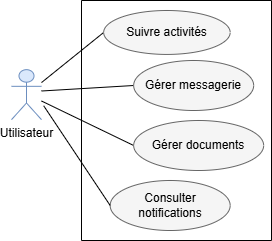
Above: Images/Diagramme cas d'utilisation Sprint 4.drawio.png in rihab-dev/Rapport-PFE (draw.io), before the change. Source tidied: cells renumbered, new cells last; positions are measured from the earlier drawing's top-left corner, leaving out a move shared by most shapes.
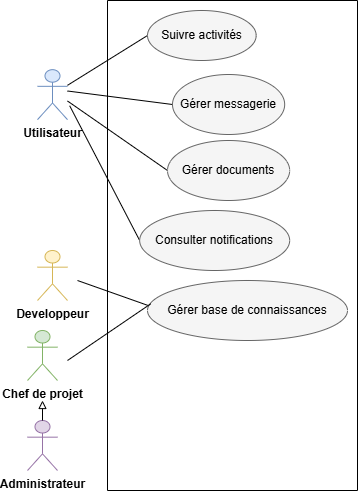
The same file after the commit.

The edit, as a diff of the source:
```diff
@@ -2,41 +2,68 @@
   <root>
     <mxCell id="0" />
     <mxCell id="1" parent="0" />
-    <mxCell id="2" value="Utilisateur" style="shape=umlActor;verticalLabelPosition=bottom;verticalAlign=top;html=1;outlineConnect=0;fillColor=#dae8fc;strokeColor=#6c8ebf;" parent="1" vertex="1">
+    <mxCell id="2" value="&lt;b&gt;Utilisateur&lt;/b&gt;" style="shape=umlActor;verticalLabelPosition=bottom;verticalAlign=top;html=1;outlineConnect=0;fillColor=#dae8fc;strokeColor=#6c8ebf;" parent="1" vertex="1">
       <mxGeometry y="69.2" width="30" height="50" as="geometry" />
     </mxCell>
     <mxCell id="3" style="endArrow=none;html=1;rounded=0;entryX=0;entryY=0.5;entryDx=0;entryDy=0;" parent="1" edge="1" source="2" target="6">
       <mxGeometry relative="1" as="geometry" />
     </mxCell>
-    <mxCell id="4" style="endArrow=none;html=1;rounded=0;entryX=0;entryY=0.5;entryDx=0;entryDy=0;" parent="1" edge="1" target="8">
-      <mxGeometry relative="1" as="geometry">
-        <mxPoint x="30" y="100.5" as="sourcePoint" />
-      </mxGeometry>
-    </mxCell>
-    <mxCell id="5" style="endArrow=none;html=1;rounded=0;entryX=0;entryY=0.5;entryDx=0;entryDy=0;" parent="1" edge="1" target="7">
-      <mxGeometry relative="1" as="geometry">
-        <mxPoint x="30" y="90.5" as="sourcePoint" />
-      </mxGeometry>
-    </mxCell>
+    <mxCell id="12" style="endArrow=none;html=1;rounded=0;entryX=0;entryY=0.5;entryDx=0;entryDy=0;" parent="1" edge="1" target="8">
+      <mxGeometry relative="1" as="geometry">
+        <mxPoint x="30" y="100.5" as="sourcePoint" />
+      </mxGeometry>
+    </mxCell>
+    <mxCell id="13" style="endArrow=none;html=1;rounded=0;entryX=0;entryY=0.5;entryDx=0;entryDy=0;" parent="1" edge="1" target="7">
+      <mxGeometry relative="1" as="geometry">
+        <mxPoint x="30" y="90.5" as="sourcePoint" />
+      </mxGeometry>
+    </mxCell>
     <mxCell id="6" value="&lt;span style=&quot;white-space: pre-wrap;&quot;&gt;Suivre activités&lt;/span&gt;" style="ellipse;whiteSpace=wrap;html=1;fillColor=#f5f5f5;fontColor=#000000;strokeColor=#666666;" parent="1" vertex="1">
-      <mxGeometry x="92.2" y="10" width="126.5" height="43.9" as="geometry" />
+      <mxGeometry x="110" y="10" width="108.7" height="50" as="geometry" />
     </mxCell>
+    <mxCell id="14" style="endArrow=none;html=1;rounded=0;entryX=0;entryY=0.5;entryDx=0;entryDy=0;" parent="1" edge="1" target="9">
+      <mxGeometry relative="1" as="geometry">
+        <mxPoint x="32.2" y="105.2" as="sourcePoint" />
+      </mxGeometry>
+    </mxCell>
+    <mxCell id="15" style="swimlane;startSize=0;" parent="1" vertex="1">
+      <mxGeometry x="70" width="250" height="490" as="geometry" />
+    </mxCell>
+    <mxCell id="9" value="&lt;span style=&quot;--tw-border-spacing-x: 0; --tw-border-spacing-y: 0; --tw-translate-x: 0; --tw-translate-y: 0; --tw-rotate: 0; --tw-skew-x: 0; --tw-skew-y: 0; --tw-scale-x: 1; --tw-scale-y: 1; --tw-pan-x: ; --tw-pan-y: ; --tw-pinch-zoom: ; --tw-scroll-snap-strictness: proximity; --tw-gradient-from-position: ; --tw-gradient-via-position: ; --tw-gradient-to-position: ; --tw-ordinal: ; --tw-slashed-zero: ; --tw-numeric-figure: ; --tw-numeric-spacing: ; --tw-numeric-fraction: ; --tw-ring-inset: ; --tw-ring-offset-width: 0px; --tw-ring-offset-color: light-dark(#fff, #000000); --tw-ring-color: rgb(67 128 180 / .5); --tw-ring-offset-shadow: 0 0 #0000; --tw-ring-shadow: 0 0 #0000; --tw-shadow: 0 0 #0000; --tw-shadow-colored: 0 0 #0000; --tw-blur: ; --tw-brightness: ; --tw-contrast: ; --tw-grayscale: ; --tw-hue-rotate: ; --tw-invert: ; --tw-saturate: ; --tw-sepia: ; --tw-drop-shadow: ; --tw-backdrop-blur: ; --tw-backdrop-brightness: ; --tw-backdrop-contrast: ; --tw-backdrop-grayscale: ; --tw-backdrop-hue-rotate: ; --tw-backdrop-invert: ; --tw-backdrop-opacity: ; --tw-backdrop-saturate: ; --tw-backdrop-sepia: ; --tw-contain-size: ; --tw-contain-layout: ; --tw-contain-paint: ; --tw-contain-style: ; box-sizing: border-box; border-width: 0px; border-style: solid; border-color: rgb(229, 231, 235); text-align: start; background-color: rgb(245, 245, 245);&quot;&gt;&lt;font style=&quot;&quot;&gt;Consulter notifications&lt;/font&gt;&lt;/span&gt;" style="ellipse;whiteSpace=wrap;html=1;fillColor=#f5f5f5;fontColor=#000000;strokeColor=#666666;" parent="15" vertex="1">
+      <mxGeometry x="32.2" y="210" width="150" height="60" as="geometry" />
+    </mxCell>
+    <mxCell id="8" value="&lt;span style=&quot;--tw-border-spacing-x: 0; --tw-border-spacing-y: 0; --tw-translate-x: 0; --tw-translate-y: 0; --tw-rotate: 0; --tw-skew-x: 0; --tw-skew-y: 0; --tw-scale-x: 1; --tw-scale-y: 1; --tw-pan-x: ; --tw-pan-y: ; --tw-pinch-zoom: ; --tw-scroll-snap-strictness: proximity; --tw-gradient-from-position: ; --tw-gradient-via-position: ; --tw-gradient-to-position: ; --tw-ordinal: ; --tw-slashed-zero: ; --tw-numeric-figure: ; --tw-numeric-spacing: ; --tw-numeric-fraction: ; --tw-ring-inset: ; --tw-ring-offset-width: 0px; --tw-ring-offset-color: light-dark(#fff, #000000); --tw-ring-color: rgb(67 128 180 / .5); --tw-ring-offset-shadow: 0 0 #0000; --tw-ring-shadow: 0 0 #0000; --tw-shadow: 0 0 #0000; --tw-shadow-colored: 0 0 #0000; --tw-blur: ; --tw-brightness: ; --tw-contrast: ; --tw-grayscale: ; --tw-hue-rotate: ; --tw-invert: ; --tw-saturate: ; --tw-sepia: ; --tw-drop-shadow: ; --tw-backdrop-blur: ; --tw-backdrop-brightness: ; --tw-backdrop-contrast: ; --tw-backdrop-grayscale: ; --tw-backdrop-hue-rotate: ; --tw-backdrop-invert: ; --tw-backdrop-opacity: ; --tw-backdrop-saturate: ; --tw-backdrop-sepia: ; --tw-contain-size: ; --tw-contain-layout: ; --tw-contain-paint: ; --tw-contain-style: ; box-sizing: border-box; border-width: 0px; border-style: solid; border-color: rgb(229, 231, 235); text-align: start; background-color: rgb(245, 245, 245);&quot;&gt;&lt;font style=&quot;&quot; face=&quot;Helvetica&quot;&gt;Gérer documents&lt;/font&gt;&lt;/span&gt;" style="ellipse;whiteSpace=wrap;html=1;fillColor=#f5f5f5;fontColor=#000000;strokeColor=#666666;" parent="15" vertex="1">
+      <mxGeometry x="60" y="140" width="122.2" height="60" as="geometry" />
+    </mxCell>
-    <mxCell id="7" value="&lt;span style=&quot;white-space: pre-wrap;&quot;&gt;Gérer messagerie&lt;/span&gt;" style="ellipse;whiteSpace=wrap;html=1;fillColor=#f5f5f5;fontColor=#000000;strokeColor=#666666;" parent="1" vertex="1">
-      <mxGeometry x="122.2" y="60" width="120" height="50" as="geometry" />
+    <mxCell id="7" value="&lt;span style=&quot;white-space: pre-wrap;&quot;&gt;Gérer messagerie&lt;/span&gt;" style="ellipse;whiteSpace=wrap;html=1;fillColor=#f5f5f5;fontColor=#000000;strokeColor=#666666;" parent="15" vertex="1">
+      <mxGeometry x="65" y="74" width="112.2" height="60" as="geometry" />
     </mxCell>
-    <mxCell id="8" value="&lt;span style=&quot;--tw-border-spacing-x: 0; --tw-border-spacing-y: 0; --tw-translate-x: 0; --tw-translate-y: 0; --tw-rotate: 0; --tw-skew-x: 0; --tw-skew-y: 0; --tw-scale-x: 1; --tw-scale-y: 1; --tw-pan-x: ; --tw-pan-y: ; --tw-pinch-zoom: ; --tw-scroll-snap-strictness: proximity; --tw-gradient-from-position: ; --tw-gradient-via-position: ; --tw-gradient-to-position: ; --tw-ordinal: ; --tw-slashed-zero: ; --tw-numeric-figure: ; --tw-numeric-spacing: ; --tw-numeric-fraction: ; --tw-ring-inset: ; --tw-ring-offset-width: 0px; --tw-ring-offset-color: light-dark(#fff, #000000); --tw-ring-color: rgb(67 128 180 / .5); --tw-ring-offset-shadow: 0 0 #0000; --tw-ring-shadow: 0 0 #0000; --tw-shadow: 0 0 #0000; --tw-shadow-colored: 0 0 #0000; --tw-blur: ; --tw-brightness: ; --tw-contrast: ; --tw-grayscale: ; --tw-hue-rotate: ; --tw-invert: ; --tw-saturate: ; --tw-sepia: ; --tw-drop-shadow: ; --tw-backdrop-blur: ; --tw-backdrop-brightness: ; --tw-backdrop-contrast: ; --tw-backdrop-grayscale: ; --tw-backdrop-hue-rotate: ; --tw-backdrop-invert: ; --tw-backdrop-opacity: ; --tw-backdrop-saturate: ; --tw-backdrop-sepia: ; --tw-contain-size: ; --tw-contain-layout: ; --tw-contain-paint: ; --tw-contain-style: ; box-sizing: border-box; border-width: 0px; border-style: solid; border-color: rgb(229, 231, 235); text-align: start; background-color: rgb(245, 245, 245);&quot;&gt;&lt;font style=&quot;&quot; face=&quot;Helvetica&quot;&gt;Gérer documents&lt;/font&gt;&lt;/span&gt;" style="ellipse;whiteSpace=wrap;html=1;fillColor=#f5f5f5;fontColor=#000000;strokeColor=#666666;" parent="1" vertex="1">
-      <mxGeometry x="122.2" y="120" width="130" height="50" as="geometry" />
-    </mxCell>
-    <mxCell id="9" value="&lt;span style=&quot;--tw-border-spacing-x: 0; --tw-border-spacing-y: 0; --tw-translate-x: 0; --tw-translate-y: 0; --tw-rotate: 0; --tw-skew-x: 0; --tw-skew-y: 0; --tw-scale-x: 1; --tw-scale-y: 1; --tw-pan-x: ; --tw-pan-y: ; --tw-pinch-zoom: ; --tw-scroll-snap-strictness: proximity; --tw-gradient-from-position: ; --tw-gradient-via-position: ; --tw-gradient-to-position: ; --tw-ordinal: ; --tw-slashed-zero: ; --tw-numeric-figure: ; --tw-numeric-spacing: ; --tw-numeric-fraction: ; --tw-ring-inset: ; --tw-ring-offset-width: 0px; --tw-ring-offset-color: light-dark(#fff, #000000); --tw-ring-color: rgb(67 128 180 / .5); --tw-ring-offset-shadow: 0 0 #0000; --tw-ring-shadow: 0 0 #0000; --tw-shadow: 0 0 #0000; --tw-shadow-colored: 0 0 #0000; --tw-blur: ; --tw-brightness: ; --tw-contrast: ; --tw-grayscale: ; --tw-hue-rotate: ; --tw-invert: ; --tw-saturate: ; --tw-sepia: ; --tw-drop-shadow: ; --tw-backdrop-blur: ; --tw-backdrop-brightness: ; --tw-backdrop-contrast: ; --tw-backdrop-grayscale: ; --tw-backdrop-hue-rotate: ; --tw-backdrop-invert: ; --tw-backdrop-opacity: ; --tw-backdrop-saturate: ; --tw-backdrop-sepia: ; --tw-contain-size: ; --tw-contain-layout: ; --tw-contain-paint: ; --tw-contain-style: ; box-sizing: border-box; border-width: 0px; border-style: solid; border-color: rgb(229, 231, 235); text-align: start; background-color: rgb(245, 245, 245);&quot;&gt;&lt;font style=&quot;&quot;&gt;Consulter notifications&lt;/font&gt;&lt;/span&gt;" style="ellipse;whiteSpace=wrap;html=1;fillColor=#f5f5f5;fontColor=#000000;strokeColor=#666666;" parent="1" vertex="1">
-      <mxGeometry x="98.7" y="180" width="120" height="50" as="geometry" />
-    </mxCell>
-    <mxCell id="10" style="endArrow=none;html=1;rounded=0;entryX=0;entryY=0.5;entryDx=0;entryDy=0;" parent="1" edge="1" target="9">
-      <mxGeometry relative="1" as="geometry">
-        <mxPoint x="32.2" y="105.2" as="sourcePoint" />
-      </mxGeometry>
-    </mxCell>
-    <mxCell id="11" style="swimlane;startSize=0;" parent="1" vertex="1">
-      <mxGeometry x="70" width="190" height="240" as="geometry" />
-    </mxCell>
+    <mxCell id="16" value="&lt;span style=&quot;--tw-border-spacing-x: 0; --tw-border-spacing-y: 0; --tw-translate-x: 0; --tw-translate-y: 0; --tw-rotate: 0; --tw-skew-x: 0; --tw-skew-y: 0; --tw-scale-x: 1; --tw-scale-y: 1; --tw-pan-x: ; --tw-pan-y: ; --tw-pinch-zoom: ; --tw-scroll-snap-strictness: proximity; --tw-gradient-from-position: ; --tw-gradient-via-position: ; --tw-gradient-to-position: ; --tw-ordinal: ; --tw-slashed-zero: ; --tw-numeric-figure: ; --tw-numeric-spacing: ; --tw-numeric-fraction: ; --tw-ring-inset: ; --tw-ring-offset-width: 0px; --tw-ring-offset-color: light-dark(#fff, #000000); --tw-ring-color: rgb(67 128 180 / .5); --tw-ring-offset-shadow: 0 0 #0000; --tw-ring-shadow: 0 0 #0000; --tw-shadow: 0 0 #0000; --tw-shadow-colored: 0 0 #0000; --tw-blur: ; --tw-brightness: ; --tw-contrast: ; --tw-grayscale: ; --tw-hue-rotate: ; --tw-invert: ; --tw-saturate: ; --tw-sepia: ; --tw-drop-shadow: ; --tw-backdrop-blur: ; --tw-backdrop-brightness: ; --tw-backdrop-contrast: ; --tw-backdrop-grayscale: ; --tw-backdrop-hue-rotate: ; --tw-backdrop-invert: ; --tw-backdrop-opacity: ; --tw-backdrop-saturate: ; --tw-backdrop-sepia: ; --tw-contain-size: ; --tw-contain-layout: ; --tw-contain-paint: ; --tw-contain-style: ; box-sizing: border-box; border-width: 0px; border-style: solid; border-color: rgb(229, 231, 235); text-align: start; background-color: rgb(245, 245, 245);&quot;&gt;&lt;font style=&quot;&quot;&gt;Gérer base de connaissances&lt;/font&gt;&lt;/span&gt;" style="ellipse;whiteSpace=wrap;html=1;fillColor=#f5f5f5;fontColor=#000000;strokeColor=#666666;" parent="15" vertex="1">
+      <mxGeometry x="40" y="280" width="200" height="60" as="geometry" />
+    </mxCell>
+    <mxCell id="17" value="&lt;b&gt;Developpeur&lt;/b&gt;" style="shape=umlActor;verticalLabelPosition=bottom;verticalAlign=top;html=1;fillColor=#fff2cc;strokeColor=#d6b656;" parent="1" vertex="1">
+      <mxGeometry y="250" width="30" height="50" as="geometry" />
+    </mxCell>
+    <mxCell id="18" value="&lt;b&gt;Chef de projet&lt;/b&gt;" style="shape=umlActor;verticalLabelPosition=bottom;verticalAlign=top;html=1;fillColor=#d5e8d4;strokeColor=#82b366;" parent="1" vertex="1">
+      <mxGeometry x="-10" y="330" width="30" height="50" as="geometry" />
+    </mxCell>
+    <mxCell id="19" value="&lt;b&gt;Administrateur&lt;/b&gt;" style="shape=umlActor;verticalLabelPosition=bottom;verticalAlign=top;html=1;outlineConnect=0;fillColor=#e1d5e7;strokeColor=#9673a6;" parent="1" vertex="1">
+      <mxGeometry x="-10" y="420" width="30" height="50" as="geometry" />
+    </mxCell>
+    <mxCell id="20" style="endArrow=block;html=1;rounded=0;exitX=0.5;exitY=0;exitDx=0;exitDy=0;exitPerimeter=0;endFill=0;" parent="1" edge="1" source="19">
+      <mxGeometry relative="1" as="geometry">
+        <mxPoint x="5" y="400" as="targetPoint" />
+      </mxGeometry>
+    </mxCell>
+    <mxCell id="21" style="endArrow=none;html=1;rounded=0;entryX=0.001;entryY=0.414;entryDx=0;entryDy=0;entryPerimeter=0;" parent="1" edge="1" target="16">
+      <mxGeometry relative="1" as="geometry">
+        <mxPoint x="40" y="280" as="sourcePoint" />
+      </mxGeometry>
+    </mxCell>
+    <mxCell id="22" style="endArrow=none;html=1;rounded=0;entryX=0.016;entryY=0.389;entryDx=0;entryDy=0;entryPerimeter=0;" parent="1" edge="1" target="16">
+      <mxGeometry relative="1" as="geometry">
+        <mxPoint x="30" y="360" as="sourcePoint" />
+      </mxGeometry>
+    </mxCell>
   </root>
 </mxGraphModel>
```
